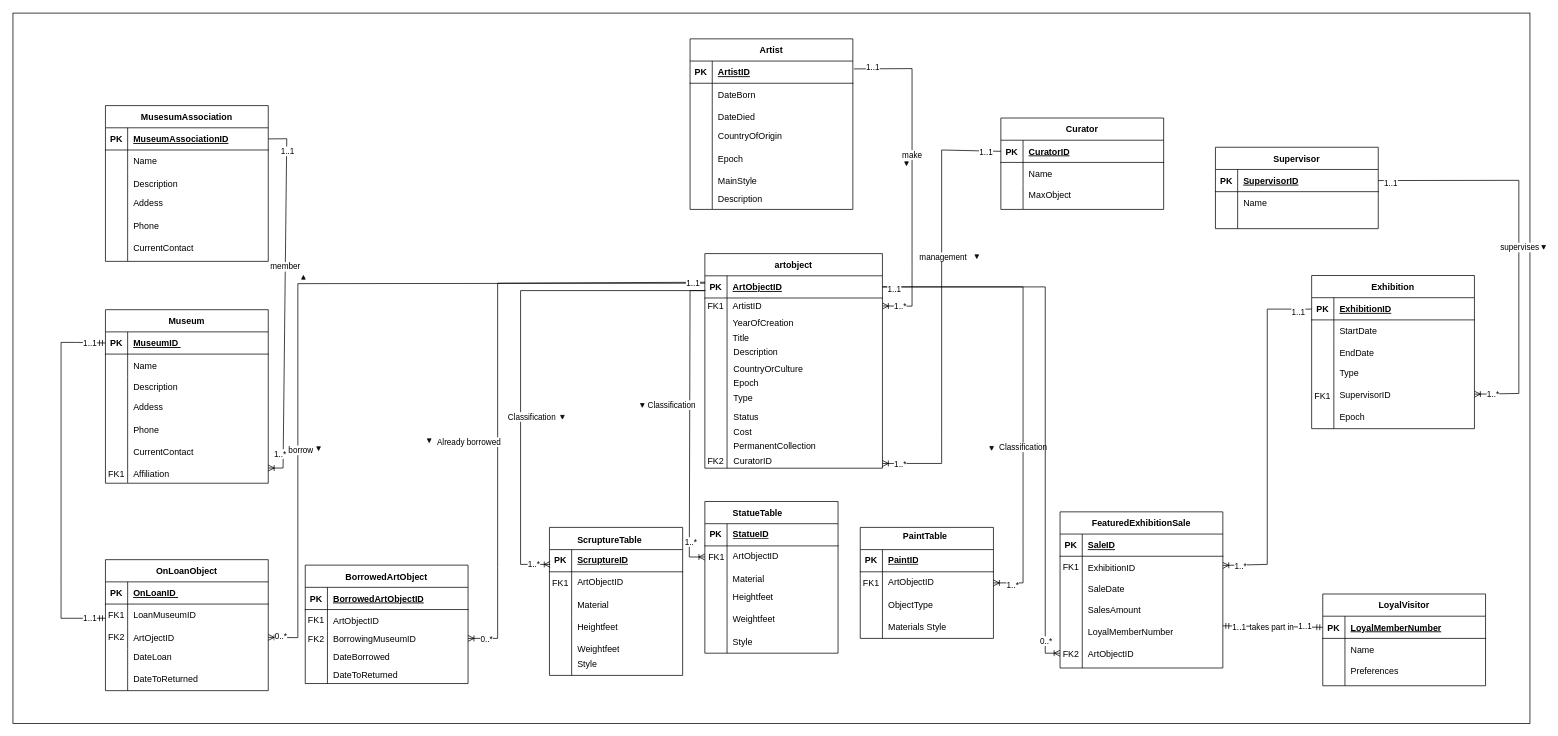
The draw.io diagram 未命名绘图.drawio in rz871256465/ERmodel, before the edit. Source tidied: cells renumbered, new cells numbered last; positions are measured from the earlier drawing's top-left corner, leaving out a move shared by most shapes. Both pictures are drawn from the tidied source at 74%, with x=0, y=0 at pixel (13, 13).
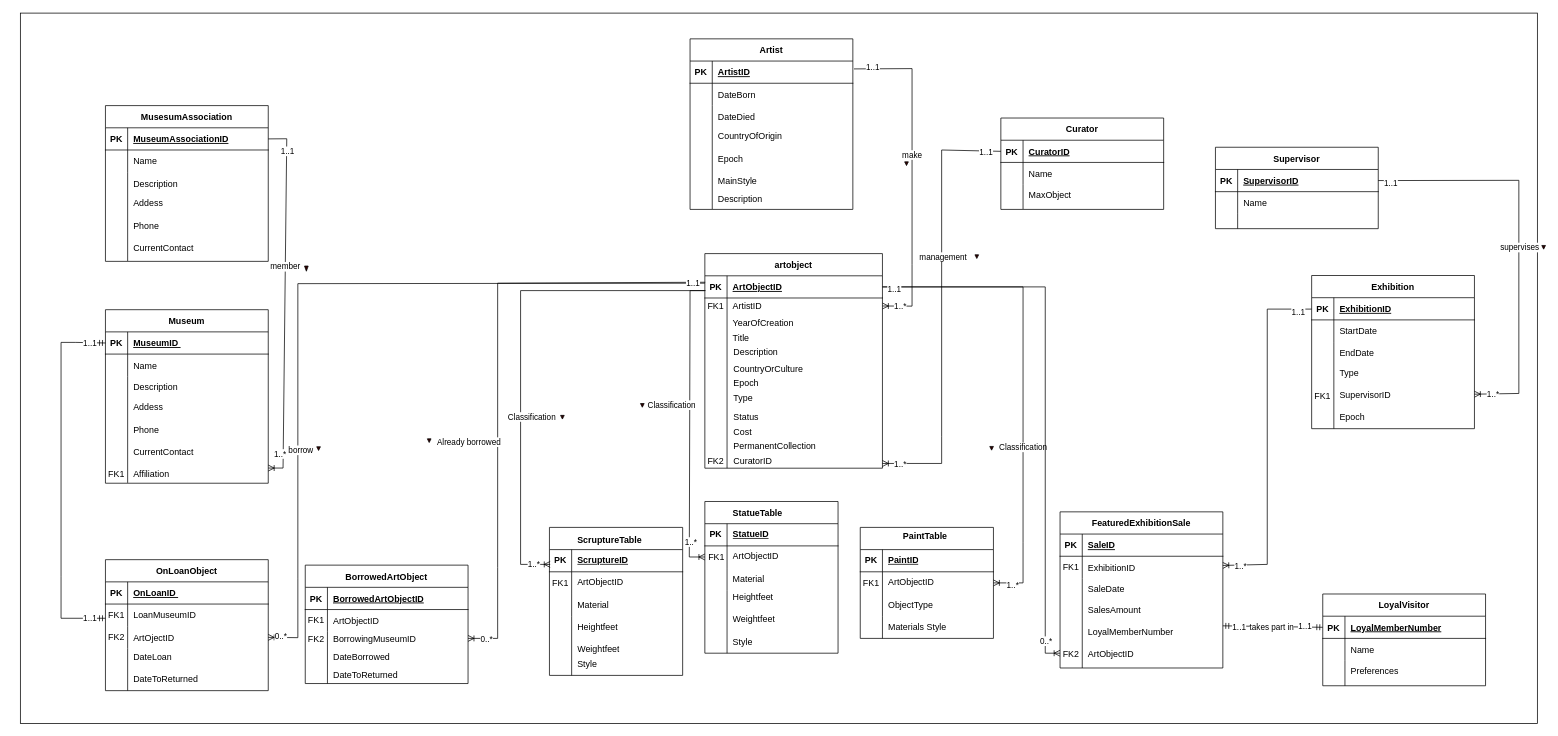
The same page after the edit.

Commit message (it also covers changes not shown here):
更新未命名绘图.drawio

Diff of the diagram source:
```diff
@@
     <mxCell id="2" style="rounded=0;whiteSpace=wrap;html=1;" parent="1" vertex="1">
-      <mxGeometry y="0.2" width="2050" height="960" as="geometry" />
+      <mxGeometry x="10" y="0.2" width="2050" height="960" as="geometry" />
     </mxCell>
@@
-    <mxCell id="269" style="triangle;whiteSpace=wrap;html=1;rotation=-90;fillColor=#330000;" parent="1" vertex="1">
-      <mxGeometry x="390" y="354.8" width="5" height="5" as="geometry" />
+    <mxCell id="269" style="triangle;whiteSpace=wrap;html=1;rotation=90;fillColor=#330000;" parent="1" vertex="1">
+      <mxGeometry x="393" y="343" width="7" height="5" as="geometry" />
     </mxCell>
```
